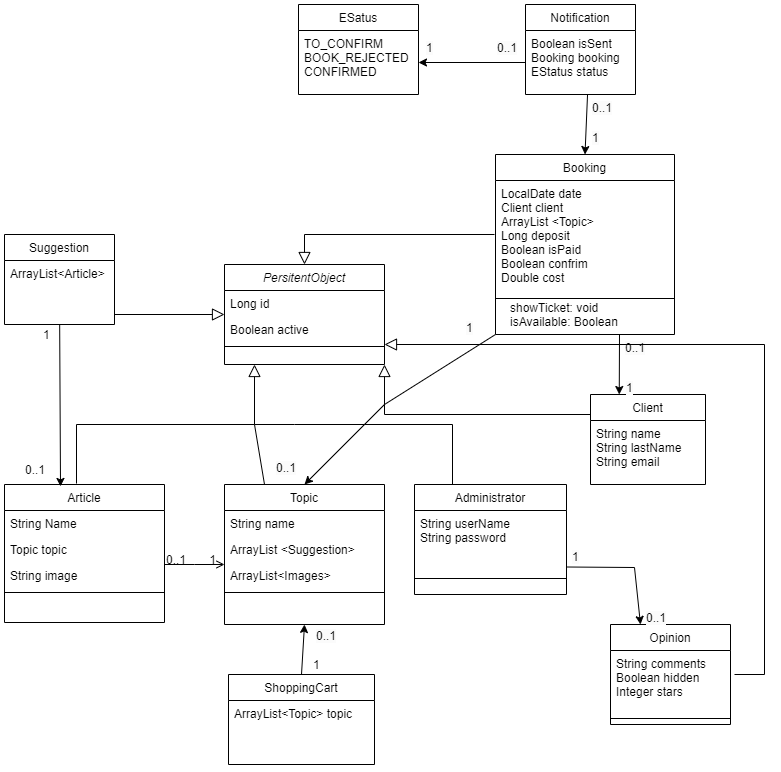
Above: UML.png in IribarneAgustin/Festejando-Ando (draw.io), before the change. Source tidied: cells renumbered, new cells last; positions are measured from the earlier drawing's top-left corner, leaving out a move shared by most shapes.
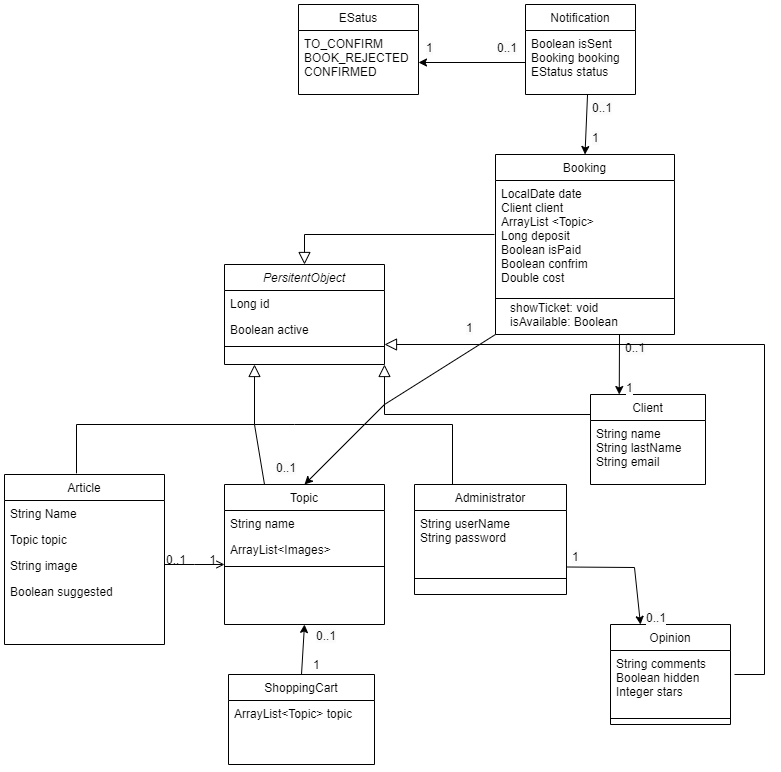
After the change.

Diff of the diagram source:
```diff
@@ -3,7 +3,7 @@
     <mxCell id="0" />
     <mxCell id="1" parent="0" />
     <mxCell id="2" value="Article" style="swimlane;fontStyle=0;align=center;verticalAlign=top;horizontal=1;startSize=26;rounded=0;shadow=0;strokeWidth=1;" parent="1" vertex="1">
-      <mxGeometry y="480" width="160" height="138" as="geometry" />
+      <mxGeometry y="470" width="160" height="170" as="geometry" />
     </mxCell>
     <mxCell id="3" value="String Name" style="text;align=left;verticalAlign=top;spacingLeft=4;spacingRight=4;overflow=hidden;" parent="2" vertex="1">
       <mxGeometry y="26" width="160" height="26" as="geometry" />
@@ -14,23 +14,20 @@
     <mxCell id="5" value="String image" style="text;align=left;verticalAlign=top;spacingLeft=4;spacingRight=4;overflow=hidden;rounded=0;shadow=0;html=0;" parent="2" vertex="1">
       <mxGeometry y="78" width="160" height="26" as="geometry" />
     </mxCell>
-    <mxCell id="6" style="line;html=1;strokeWidth=1;align=left;verticalAlign=middle;spacingTop=-1;spacingLeft=3;spacingRight=3;labelPosition=right;" parent="2" vertex="1">
-      <mxGeometry y="104" width="160" height="8" as="geometry" />
-    </mxCell>
+    <mxCell id="69" value="Boolean suggested" style="text;align=left;verticalAlign=top;spacingLeft=4;spacingRight=4;overflow=hidden;rounded=0;shadow=0;html=0;" parent="2" vertex="1">
+      <mxGeometry y="104" width="160" height="26" as="geometry" />
+    </mxCell>
     <mxCell id="7" value="Topic" style="swimlane;fontStyle=0;align=center;verticalAlign=top;horizontal=1;startSize=26;rounded=0;shadow=0;strokeWidth=1;" parent="1" vertex="1">
       <mxGeometry x="220" y="480" width="160" height="140" as="geometry" />
     </mxCell>
     <mxCell id="8" value="String name" style="text;align=left;verticalAlign=top;spacingLeft=4;spacingRight=4;overflow=hidden;" parent="7" vertex="1">
       <mxGeometry y="26" width="160" height="26" as="geometry" />
     </mxCell>
-    <mxCell id="9" value="ArrayList &lt;Suggestion&gt;" style="text;align=left;verticalAlign=top;spacingLeft=4;spacingRight=4;overflow=hidden;rounded=0;shadow=0;html=0;" parent="7" vertex="1">
-      <mxGeometry y="52" width="160" height="26" as="geometry" />
-    </mxCell>
     <mxCell id="10" value="ArrayList&lt;Images&gt;" style="text;align=left;verticalAlign=top;spacingLeft=4;spacingRight=4;overflow=hidden;rounded=0;shadow=0;html=0;" parent="7" vertex="1">
-      <mxGeometry y="78" width="160" height="26" as="geometry" />
+      <mxGeometry y="52" width="160" height="26" as="geometry" />
     </mxCell>
     <mxCell id="11" style="line;html=1;strokeWidth=1;align=left;verticalAlign=middle;spacingTop=-1;spacingLeft=3;spacingRight=3;labelPosition=right;" parent="7" vertex="1">
-      <mxGeometry y="104" width="160" height="8" as="geometry" />
+      <mxGeometry y="78" width="160" height="8" as="geometry" />
     </mxCell>
     <mxCell id="12" style="endArrow=open;shadow=0;strokeWidth=1;rounded=0;endFill=1;edgeStyle=elbowEdgeStyle;elbow=vertical;" parent="1" edge="1">
       <mxGeometry x="0.5" y="41" relative="1" as="geometry">
@@ -110,25 +107,6 @@
     <mxCell id="28" style="endArrow=classic;html=1;rounded=0;exitX=0.5;exitY=0;exitDx=0;exitDy=0;entryX=0.5;entryY=1;entryDx=0;entryDy=0;" parent="1" edge="1" source="26" target="7">
       <mxGeometry relative="1" as="geometry" />
     </mxCell>
-    <mxCell id="29" style="edgeStyle=none;rounded=0;jettySize=auto;html=1;entryX=0.35;entryY=0.014;entryDx=0;entryDy=0;entryPerimeter=0;" parent="1" edge="1" source="31" target="2">
-      <mxGeometry relative="1" as="geometry" />
-    </mxCell>
-    <mxCell id="30" value="Suggestion" style="swimlane;fontStyle=0;align=center;verticalAlign=top;horizontal=1;startSize=26;rounded=0;shadow=0;strokeWidth=1;" parent="1" vertex="1">
-      <mxGeometry y="230" width="110" height="90" as="geometry" />
-    </mxCell>
-    <mxCell id="31" value="ArrayList&lt;Article&gt; &#10;&#10;" style="text;align=left;verticalAlign=top;spacingLeft=4;spacingRight=4;overflow=hidden;points=[[0,0.5],[1,0.5]];portConstraint=eastwest;" parent="30" vertex="1">
-      <mxGeometry y="26" width="110" height="64" as="geometry" />
-    </mxCell>
-    <mxCell id="32" value="0..1" style="align=left;verticalAlign=bottom;labelBackgroundColor=none;fontSize=12;" parent="1" vertex="1">
-      <mxGeometry x="100" y="400" as="geometry">
-        <mxPoint x="-81" y="74" as="offset" />
-      </mxGeometry>
-    </mxCell>
-    <mxCell id="33" value="1" style="align=left;verticalAlign=bottom;labelBackgroundColor=none;fontSize=12;" parent="1" vertex="1">
-      <mxGeometry x="130" y="260" as="geometry">
-        <mxPoint x="-93" y="79" as="offset" />
-      </mxGeometry>
-    </mxCell>
     <mxCell id="34" value="&lt;span style=&quot;color: rgb(0, 0, 0); font-family: Helvetica; font-size: 12px; font-style: normal; font-variant-ligatures: normal; font-variant-caps: normal; font-weight: 400; letter-spacing: normal; orphans: 2; text-align: left; text-indent: 0px; text-transform: none; widows: 2; word-spacing: 0px; -webkit-text-stroke-width: 0px; background-color: rgb(251, 251, 251); text-decoration-thickness: initial; text-decoration-style: initial; text-decoration-color: initial; float: none; display: inline !important;&quot;&gt;0..1&lt;/span&gt;" style="text;whiteSpace=wrap;html=1;" parent="1" vertex="1">
       <mxGeometry x="310" y="618" width="50" height="22" as="geometry" />
     </mxCell>
@@ -137,16 +115,6 @@
         <mxPoint x="-93" y="79" as="offset" />
       </mxGeometry>
     </mxCell>
-    <mxCell id="36" style="endArrow=block;endSize=10;endFill=0;shadow=0;strokeWidth=1;rounded=0;edgeStyle=elbowEdgeStyle;elbow=vertical;exitX=1;exitY=0.5;exitDx=0;exitDy=0;" parent="1" edge="1" source="31">
-      <mxGeometry relative="1" as="geometry">
-        <mxPoint x="220" y="310" as="targetPoint" />
-        <Array as="points">
-          <mxPoint x="170" y="310" />
-          <mxPoint x="250" y="410" />
-          <mxPoint x="330" y="422" />
-        </Array>
-      </mxGeometry>
-    </mxCell>
     <mxCell id="37" value="Opinion" style="swimlane;fontStyle=0;align=center;verticalAlign=top;horizontal=1;startSize=26;rounded=0;shadow=0;strokeWidth=1;" parent="1" vertex="1">
       <mxGeometry x="606" y="620" width="120" height="100" as="geometry" />
     </mxCell>
```
